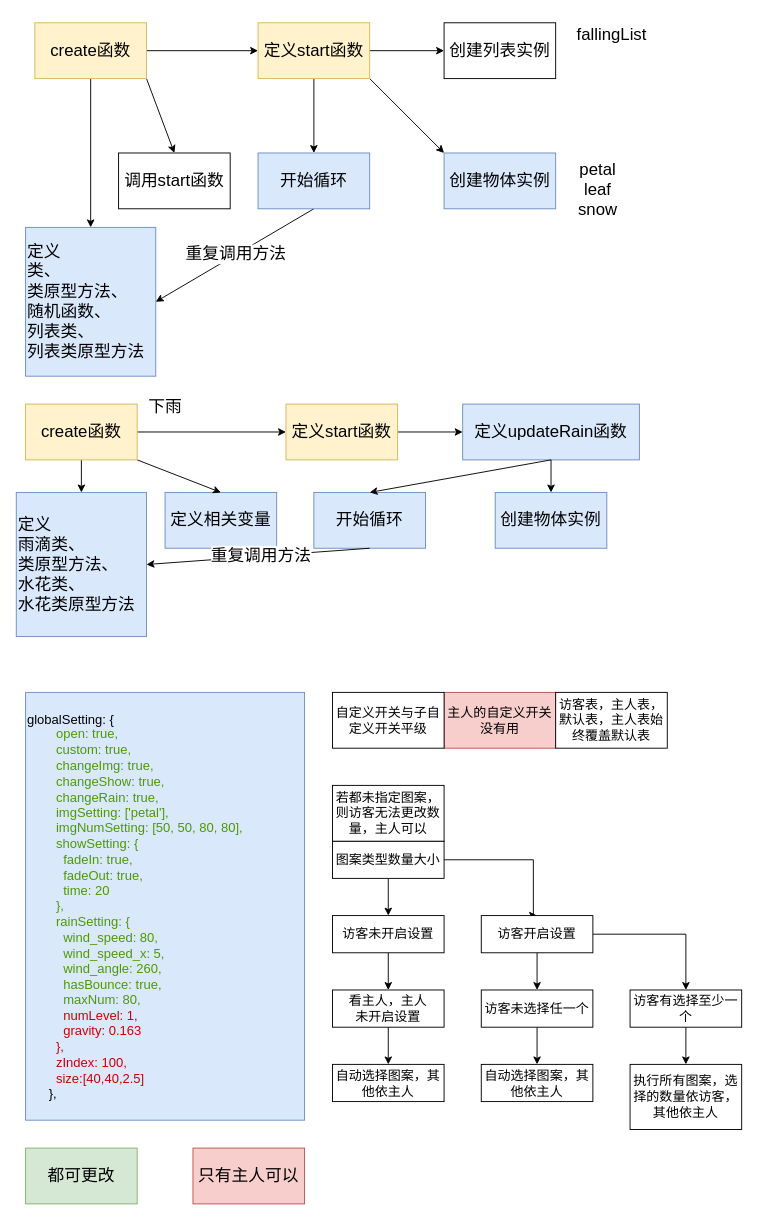
qtqz/natural-falling-effect keeps this draw.io diagram as 设计.drawio. Above is the earlier version. Source tidied: cells renumbered, new cells numbered last; positions are measured from the earlier drawing's top-left corner, leaving out a move shared by most shapes. Both pictures are drawn from the tidied source at 93%, with x=0, y=0 at pixel (16, 16).
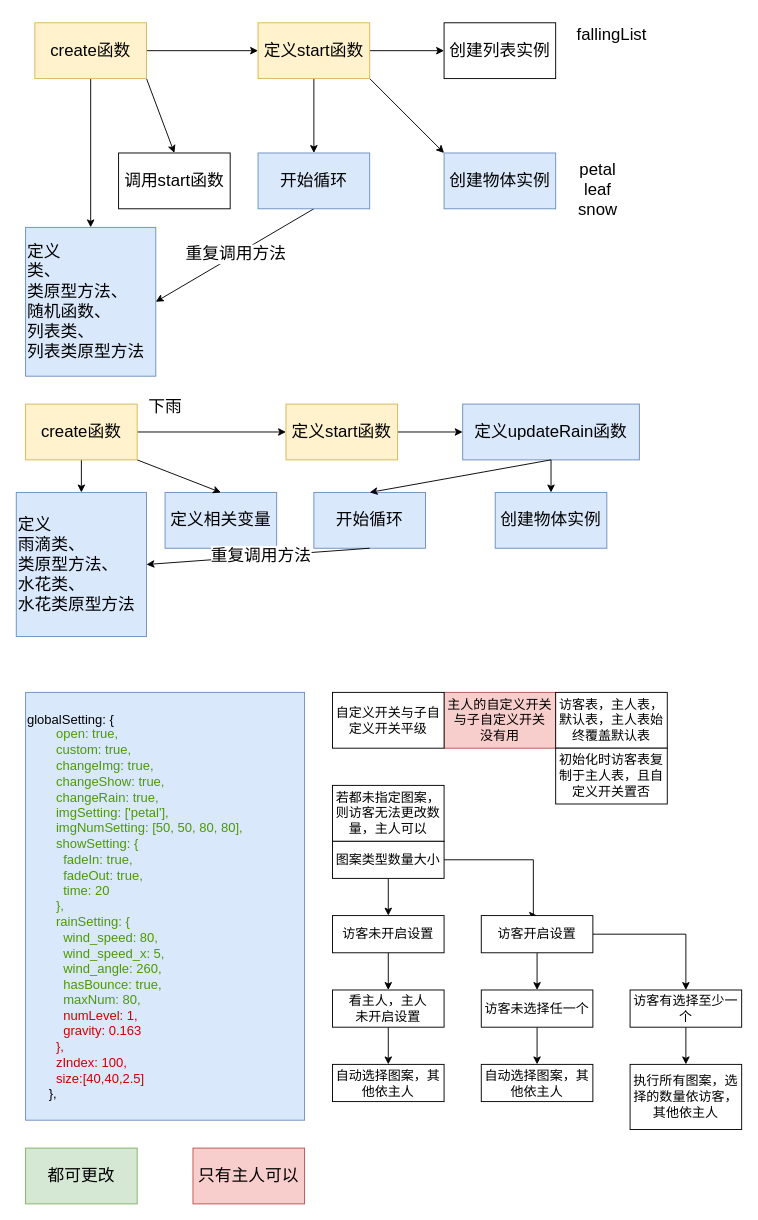
The same page after the edit.

What changed in the source:
```diff
@@
-    <mxCell id="56" value="主人的自定义开关没有用" style="whiteSpace=wrap;html=1;strokeColor=#b85450;fontFamily=Helvetica;fontSize=14;fillColor=#f8cecc;imageWidth=24;" parent="1" vertex="1">
+    <mxCell id="56" value="主人的自定义开关与子自定义开关&lt;br&gt;没有用" style="whiteSpace=wrap;html=1;strokeColor=#b85450;fontFamily=Helvetica;fontSize=14;fillColor=#f8cecc;imageWidth=24;" parent="1" vertex="1">
       <mxGeometry x="460" y="727" width="120" height="60" as="geometry" />
     </mxCell>
@@
+    <mxCell id="59" value="初始化时访客表复制于主人表，且自定义开关置否" style="whiteSpace=wrap;html=1;strokeColor=default;fontFamily=Helvetica;fontSize=14;fontColor=default;fillColor=default;imageWidth=24;" parent="1" vertex="1">
+      <mxGeometry x="580" y="787" width="120" height="60" as="geometry" />
+    </mxCell>
```
